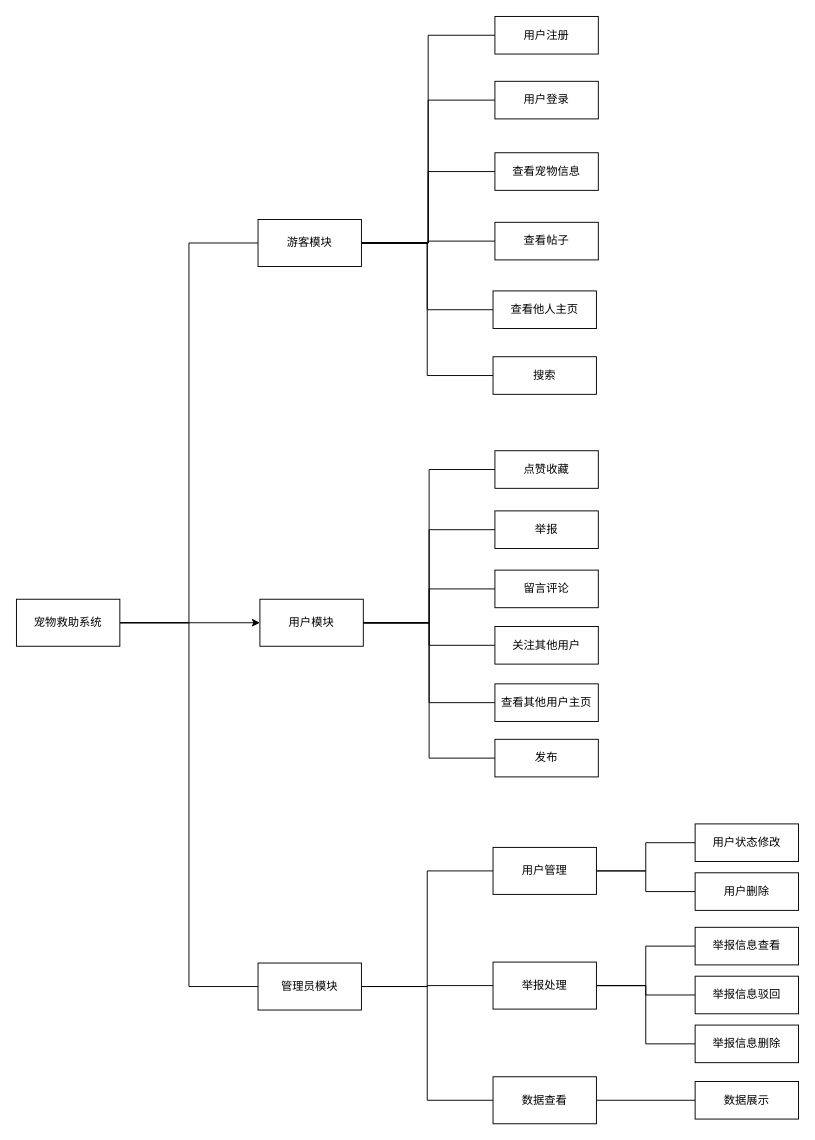
Before: 功能模块图.drawio in Heart-clearing/git-demo, a draw.io diagram. Source tidied: cells renumbered, new cells numbered last; positions are measured from the earlier drawing's top-left corner, leaving out a move shared by most shapes. Both pictures are drawn from the tidied source at 94%, with x=0, y=0 at pixel (16, 16).
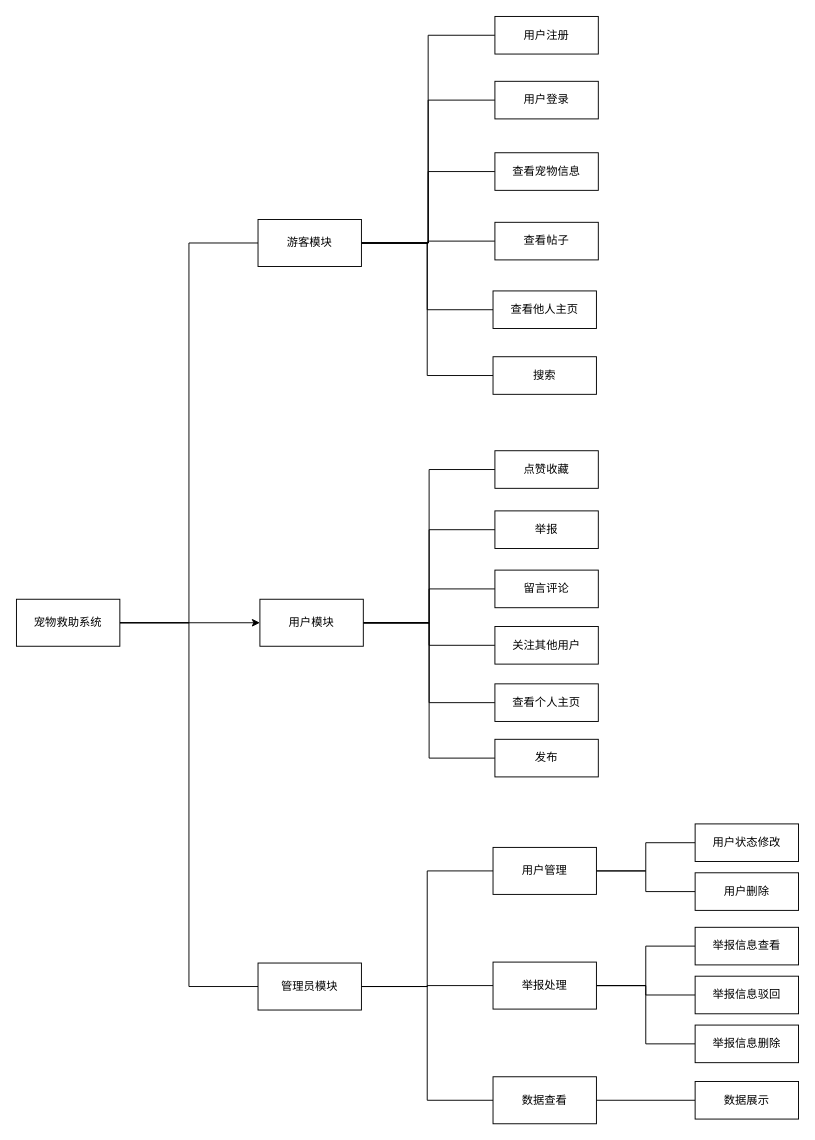
After the change.

Commit message:
更新功能模块图.drawio

Change to the diagram source:
```diff
@@
-    <mxCell id="49" value="查看其他用户主页" style="html=1;whiteSpace=wrap;" parent="1" vertex="1">
+    <mxCell id="49" value="查看个人主页" style="html=1;whiteSpace=wrap;" parent="1" vertex="1">
       <mxGeometry x="509" y="710" width="110" height="40" as="geometry" />
     </mxCell>
```
